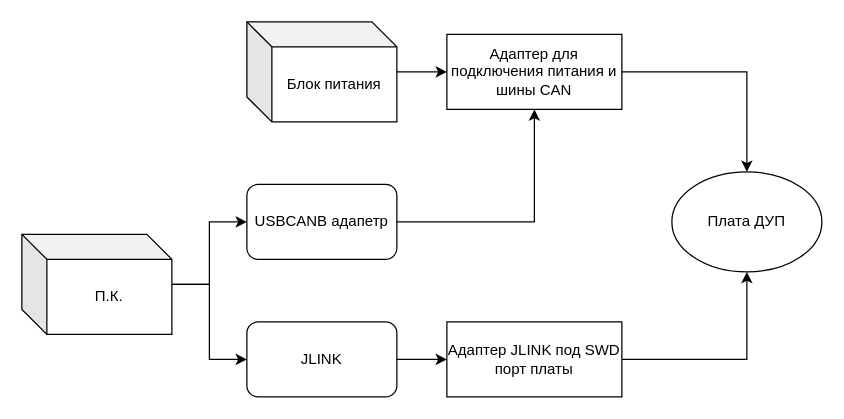
Earlier version of the draw.io diagram Диаграмма без названия.drawio (hyper-hronoz/BMSTU_FINISH_LINE). Source tidied: cells renumbered, new cells numbered last; positions are measured from the earlier drawing's top-left corner, leaving out a move shared by most shapes. Both pictures are drawn from the tidied source at 125%, with x=0, y=0 at pixel (21, 21).
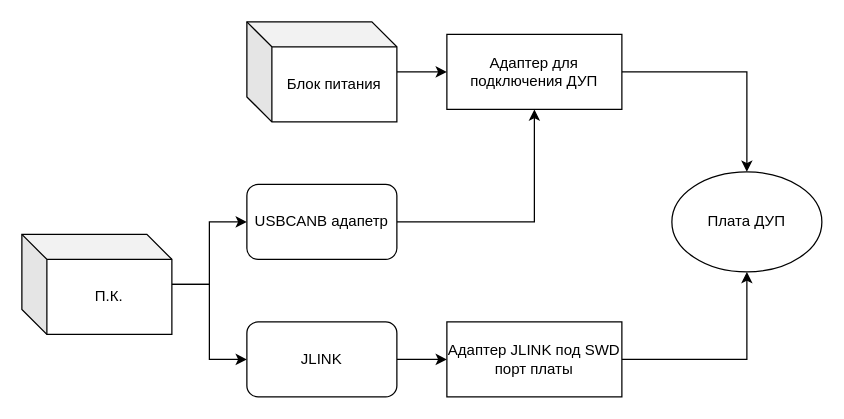
Above is the later version.

Change to the diagram source:
```diff
@@
 <mxGraphModel>
   <root>
     <mxCell id="0" />
     <mxCell id="1" parent="0" />
     <mxCell id="2" style="edgeStyle=orthogonalEdgeStyle;rounded=0;jettySize=auto;html=1;" parent="1" edge="1" source="4" target="6">
       <mxGeometry relative="1" as="geometry" />
     </mxCell>
     <mxCell id="3" style="edgeStyle=orthogonalEdgeStyle;rounded=0;jettySize=auto;html=1;" parent="1" edge="1" source="4" target="8">
       <mxGeometry relative="1" as="geometry" />
     </mxCell>
     <mxCell id="4" value="П.К." style="shape=cube;whiteSpace=wrap;html=1;boundedLbl=1;backgroundOutline=1;darkOpacity=0.05;darkOpacity2=0.1;" parent="1" vertex="1">
       <mxGeometry y="170" width="120" height="80" as="geometry" />
     </mxCell>
     <mxCell id="5" style="edgeStyle=orthogonalEdgeStyle;rounded=0;jettySize=auto;html=1;entryX=0.5;entryY=1;entryDx=0;entryDy=0;" parent="1" edge="1" source="6" target="13">
       <mxGeometry relative="1" as="geometry" />
     </mxCell>
     <mxCell id="6" value="USBCANB адапетр" style="rounded=1;whiteSpace=wrap;html=1;" parent="1" vertex="1">
       <mxGeometry x="180" y="130" width="120" height="60" as="geometry" />
     </mxCell>
     <mxCell id="7" style="edgeStyle=orthogonalEdgeStyle;rounded=0;jettySize=auto;html=1;entryX=0;entryY=0.5;entryDx=0;entryDy=0;" parent="1" edge="1" source="8" target="10">
       <mxGeometry relative="1" as="geometry" />
     </mxCell>
     <mxCell id="8" value="JLINK" style="rounded=1;whiteSpace=wrap;html=1;" parent="1" vertex="1">
       <mxGeometry x="180" y="240" width="120" height="60" as="geometry" />
     </mxCell>
     <mxCell id="9" style="edgeStyle=orthogonalEdgeStyle;rounded=0;jettySize=auto;html=1;" parent="1" edge="1" source="10" target="11">
       <mxGeometry relative="1" as="geometry" />
     </mxCell>
     <mxCell id="10" value="Адаптер JLINK под SWD порт платы" style="rounded=0;whiteSpace=wrap;html=1;" parent="1" vertex="1">
       <mxGeometry x="340" y="240" width="140" height="60" as="geometry" />
     </mxCell>
     <mxCell id="11" value="Плата ДУП" style="ellipse;whiteSpace=wrap;html=1;" parent="1" vertex="1">
       <mxGeometry x="520" y="120" width="120" height="80" as="geometry" />
     </mxCell>
     <mxCell id="12" style="edgeStyle=orthogonalEdgeStyle;rounded=0;jettySize=auto;html=1;" parent="1" edge="1" source="13" target="11">
       <mxGeometry relative="1" as="geometry" />
     </mxCell>
-    <mxCell id="13" value="Адаптер для подключения питания и шины CAN" style="rounded=0;whiteSpace=wrap;html=1;" parent="1" vertex="1">
+    <mxCell id="13" value="Адаптер для подключения ДУП" style="rounded=0;whiteSpace=wrap;html=1;" parent="1" vertex="1">
       <mxGeometry x="340" y="10" width="140" height="60" as="geometry" />
     </mxCell>
     <mxCell id="14" style="edgeStyle=orthogonalEdgeStyle;rounded=0;jettySize=auto;html=1;entryX=0;entryY=0.5;entryDx=0;entryDy=0;" parent="1" edge="1" source="15" target="13">
       <mxGeometry relative="1" as="geometry" />
     </mxCell>
     <mxCell id="15" value="Блок питания" style="shape=cube;whiteSpace=wrap;html=1;boundedLbl=1;backgroundOutline=1;darkOpacity=0.05;darkOpacity2=0.1;" parent="1" vertex="1">
       <mxGeometry x="180" width="120" height="80" as="geometry" />
     </mxCell>
   </root>
 </mxGraphModel>
```
